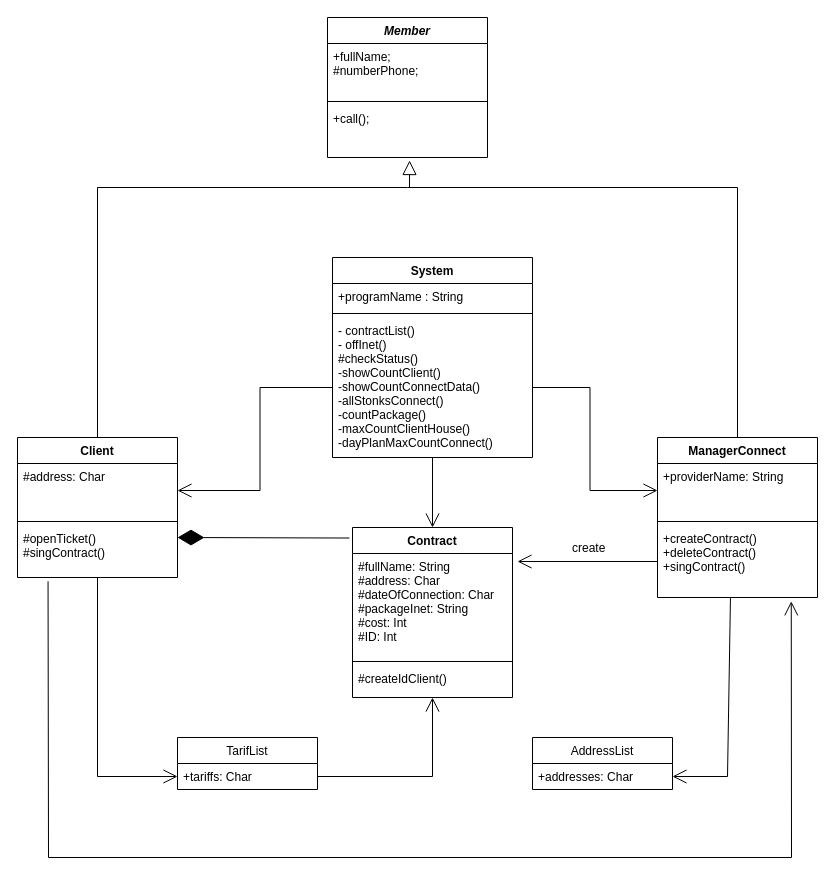
Above: UML-diagramm.drawio in Maks151702/Kyrsach_OOP (draw.io), before the change. Source tidied: cells renumbered, new cells numbered last; positions are measured from the earlier drawing's top-left corner, leaving out a move shared by most shapes. Both pictures are drawn from the tidied source at 100%, with x=0, y=0 at pixel (17, 17).
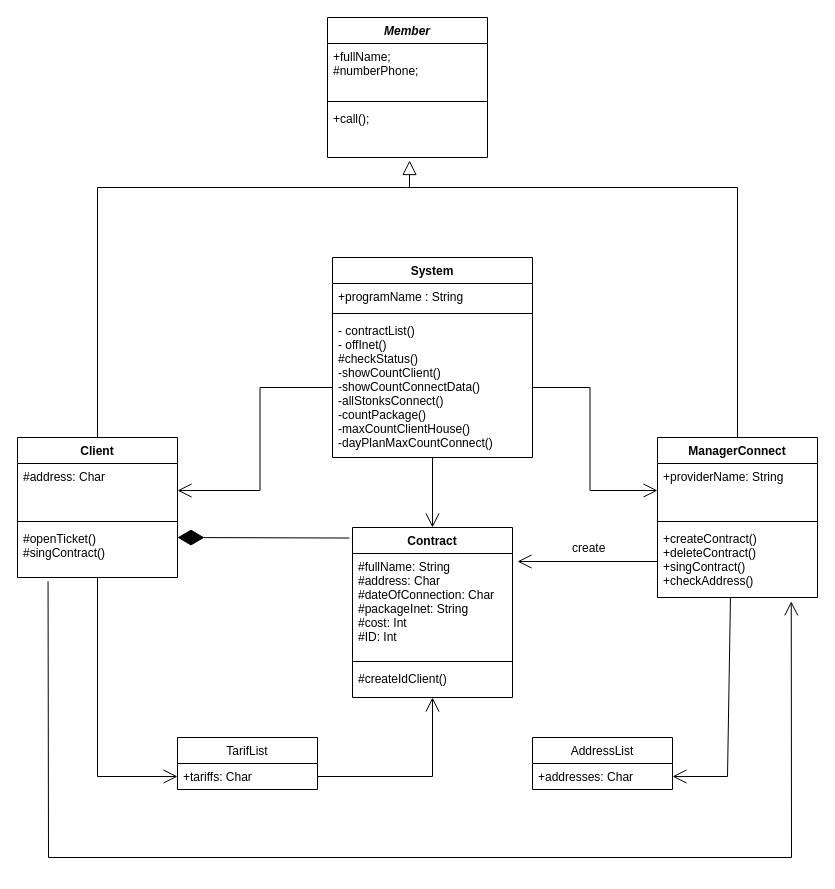
After the change.

The change refers to these unchanged cells:
```xml
<mxCell id="13" value="ManagerConnect" style="swimlane;fontStyle=1;align=center;verticalAlign=top;horizontal=1;startSize=26;" parent="1" vertex="1">
  <mxGeometry x="640" y="420" width="160" height="160" as="geometry" />
</mxCell>
```

The edit, as a diff of the source:
```diff
@@
-    <mxCell id="16" value="+createContract()&#10;+deleteContract()&#10;+singContract()" style="text;strokeColor=none;fillColor=none;align=left;verticalAlign=top;spacingLeft=4;spacingRight=4;overflow=hidden;points=[[0,0.5],[1,0.5]];portConstraint=eastwest;" parent="13" vertex="1">
+    <mxCell id="16" value="+createContract()&#10;+deleteContract()&#10;+singContract()&#10;+checkAddress()" style="text;strokeColor=none;fillColor=none;align=left;verticalAlign=top;spacingLeft=4;spacingRight=4;overflow=hidden;points=[[0,0.5],[1,0.5]];portConstraint=eastwest;" parent="13" vertex="1">
       <mxGeometry y="88" width="160" height="72" as="geometry" />
     </mxCell>
```
